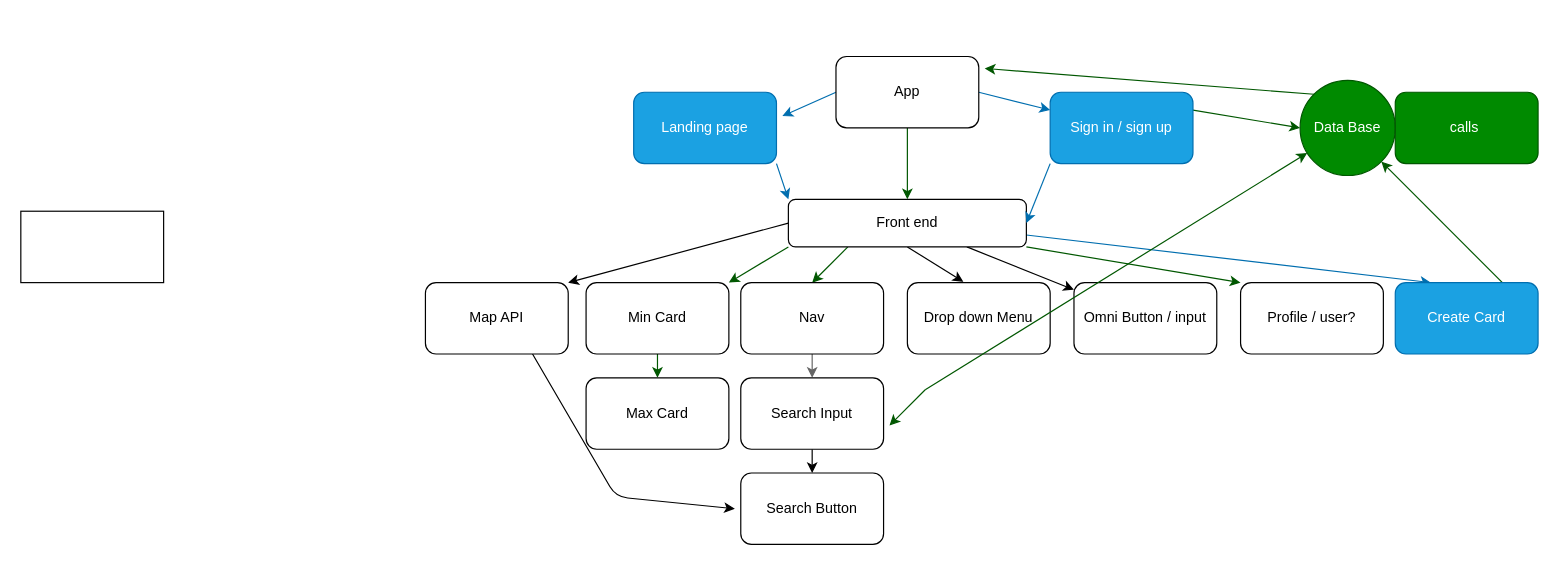
The draw.io diagram map.drawio in SideQuestSOC/Origin, before the edit. Source tidied: cells renumbered, new cells numbered last; positions are measured from the earlier drawing's top-left corner, leaving out a move shared by most shapes. Both pictures are drawn from the tidied source at 119%, with x=0, y=0 at pixel (20, 56).
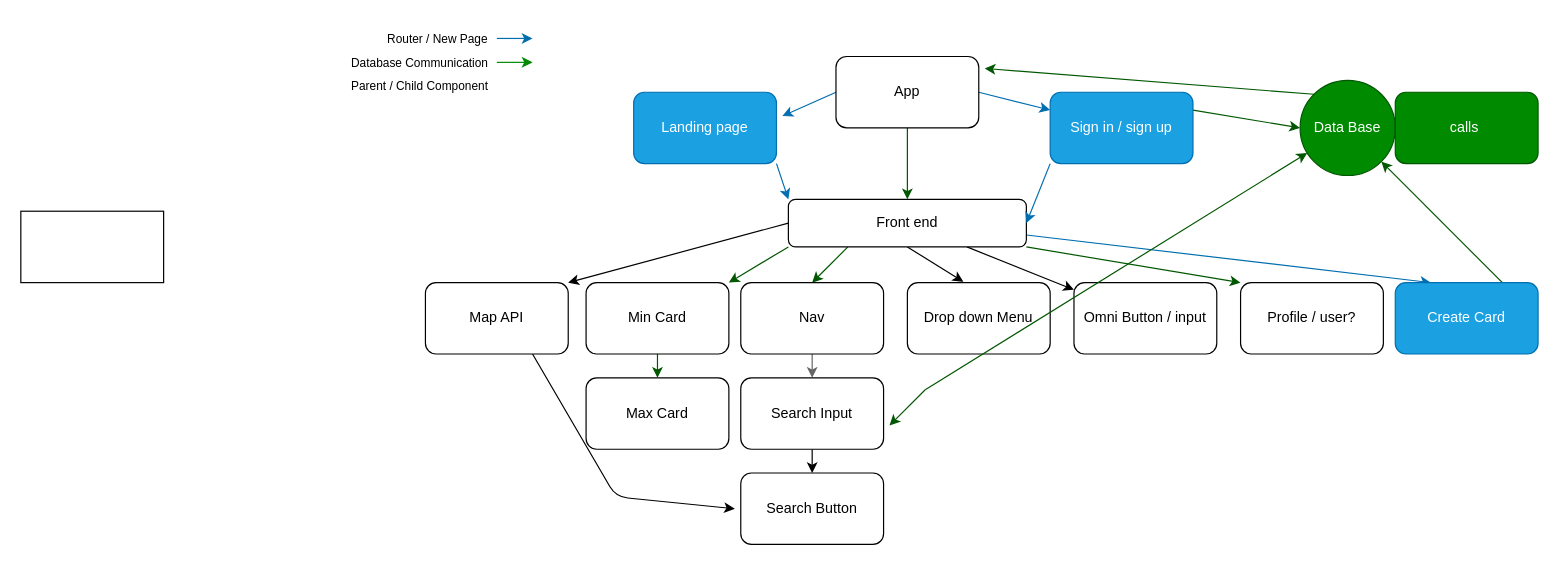
After the change.

Commit message:
Added key to explain what coloured arrows mean.

Diff of the diagram source:
```diff
@@
+    <mxCell id="40" style="edgeStyle=none;orthogonalLoop=1;jettySize=auto;html=1;fillColor=#006EAF;strokeColor=#006EAF;" parent="1" edge="1">
+      <mxGeometry relative="1" as="geometry">
+        <mxPoint x="400" y="-15.2" as="sourcePoint" />
+        <mxPoint x="430" y="-15.2" as="targetPoint" />
+      </mxGeometry>
+    </mxCell>
+    <mxCell id="41" value="&lt;font style=&quot;font-size: 10px;&quot;&gt;Router / New Page&lt;/font&gt;" style="text;html=1;align=center;verticalAlign=middle;strokeColor=none;fillColor=none;" parent="1" vertex="1">
+      <mxGeometry x="295" y="-30" width="110" height="30" as="geometry" />
+    </mxCell>
+    <mxCell id="42" style="edgeStyle=none;orthogonalLoop=1;jettySize=auto;html=1;fillColor=#008A00;strokeColor=#008A00;" parent="1" edge="1">
+      <mxGeometry relative="1" as="geometry">
+        <mxPoint x="400" y="4.9" as="sourcePoint" />
+        <mxPoint x="430" y="4.9" as="targetPoint" />
+      </mxGeometry>
+    </mxCell>
+    <mxCell id="43" value="&lt;font style=&quot;font-size: 10px;&quot;&gt;Database Communication&lt;/font&gt;" style="text;html=1;align=center;verticalAlign=middle;strokeColor=none;fillColor=none;" parent="1" vertex="1">
+      <mxGeometry x="265" y="-10" width="140" height="30" as="geometry" />
+    </mxCell>
+    <mxCell id="44" style="edgeStyle=none;orthogonalLoop=1;jettySize=auto;html=1;fillColor=#008A00;strokeColor=#FFFFFF;" parent="1" edge="1">
+      <mxGeometry relative="1" as="geometry">
+        <mxPoint x="400" y="24.9" as="sourcePoint" />
+        <mxPoint x="430" y="24.9" as="targetPoint" />
+      </mxGeometry>
+    </mxCell>
+    <mxCell id="45" value="&lt;span style=&quot;font-size: 10px;&quot;&gt;Parent / Child Component&lt;/span&gt;" style="text;html=1;align=center;verticalAlign=middle;strokeColor=none;fillColor=none;" parent="1" vertex="1">
+      <mxGeometry x="265" y="10" width="140" height="30" as="geometry" />
+    </mxCell>
```
